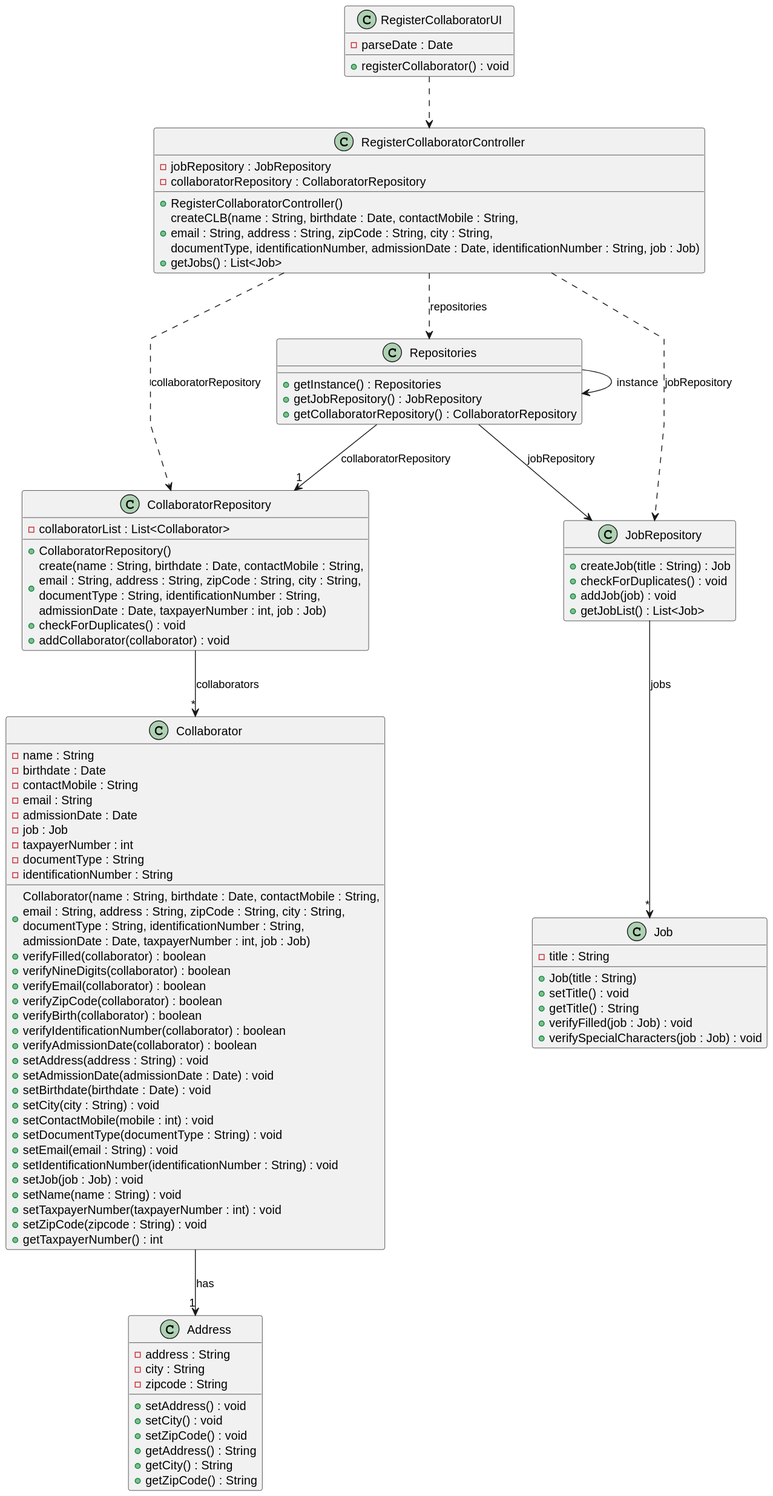
Before: docs/sprintB/us003/03.design/svg/us003-class-diagram.svg, a diagram exported from PlantUML (ricardomm7/leaflink).
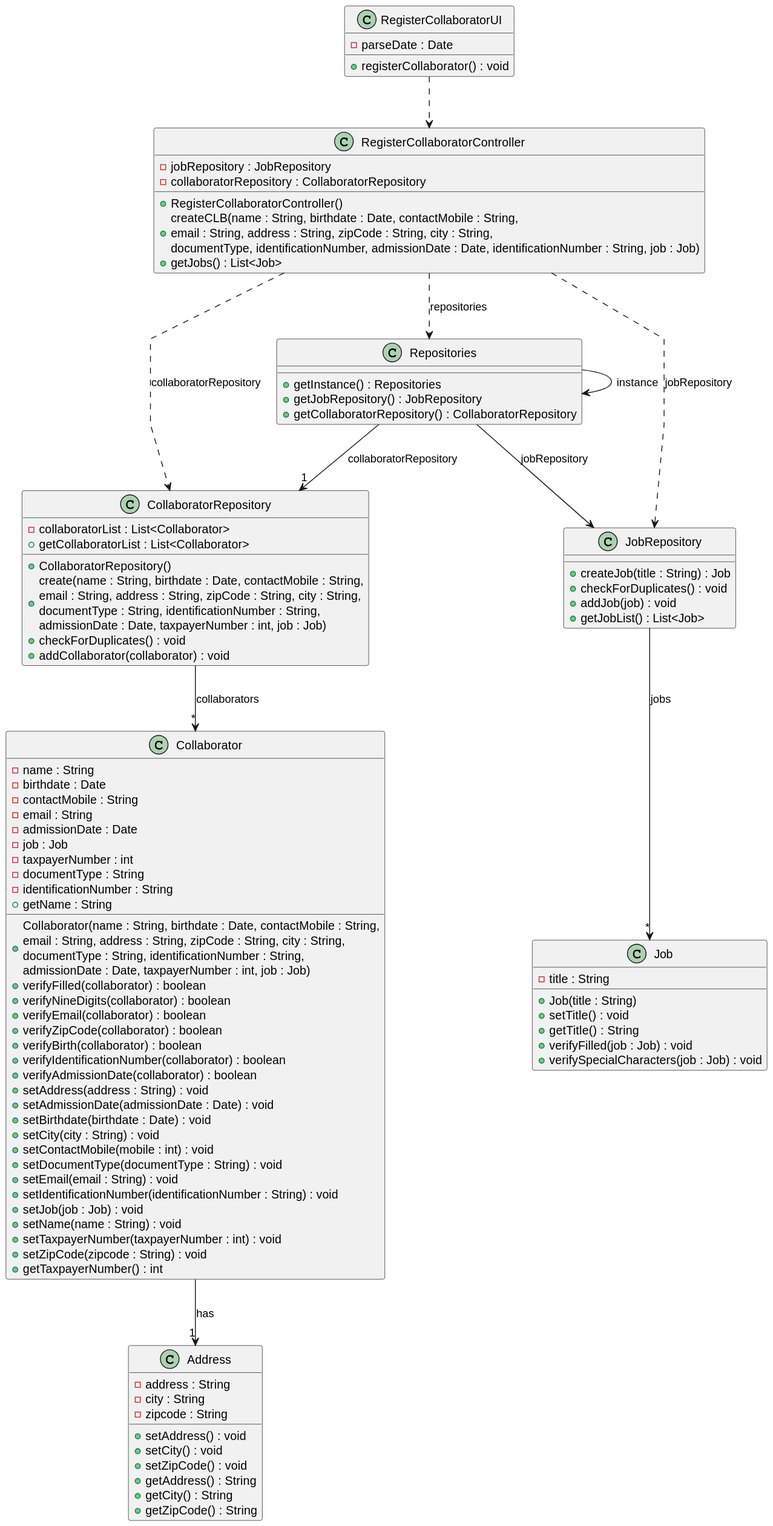
The same file after the commit.

Change to the diagram source:
```diff
@@ -29,6 +29,7 @@
     + create(name : String, birthdate : Date, contactMobile : String,\nemail : String, address : String, zipCode : String, city : String,\ndocumentType : String, identificationNumber : String, \nadmissionDate : Date, taxpayerNumber : int, job : Job)
     + checkForDuplicates() : void
     + addCollaborator(collaborator) : void
+    + getCollaboratorList : List<Collaborator>
 }
 
 class JobRepository {
@@ -69,6 +70,7 @@
     +setTaxpayerNumber(taxpayerNumber : int) : void
     +setZipCode(zipcode : String) : void
     +getTaxpayerNumber() : int
+    +getName : String
 }
 
 class Address {
```
